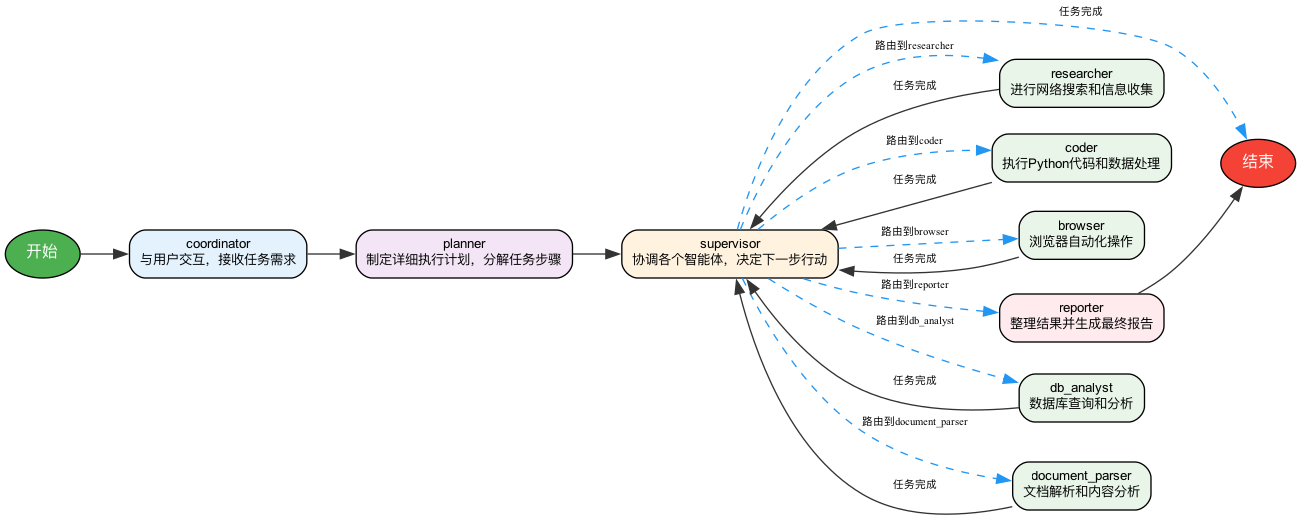
LestreZhao/agent-service keeps this Mermaid diagram as docs/diagrams/fusionai_workflow.png. Above is the earlier version. Its source is kept beside it as docs/diagrams/fusionai_workflow.mmd.
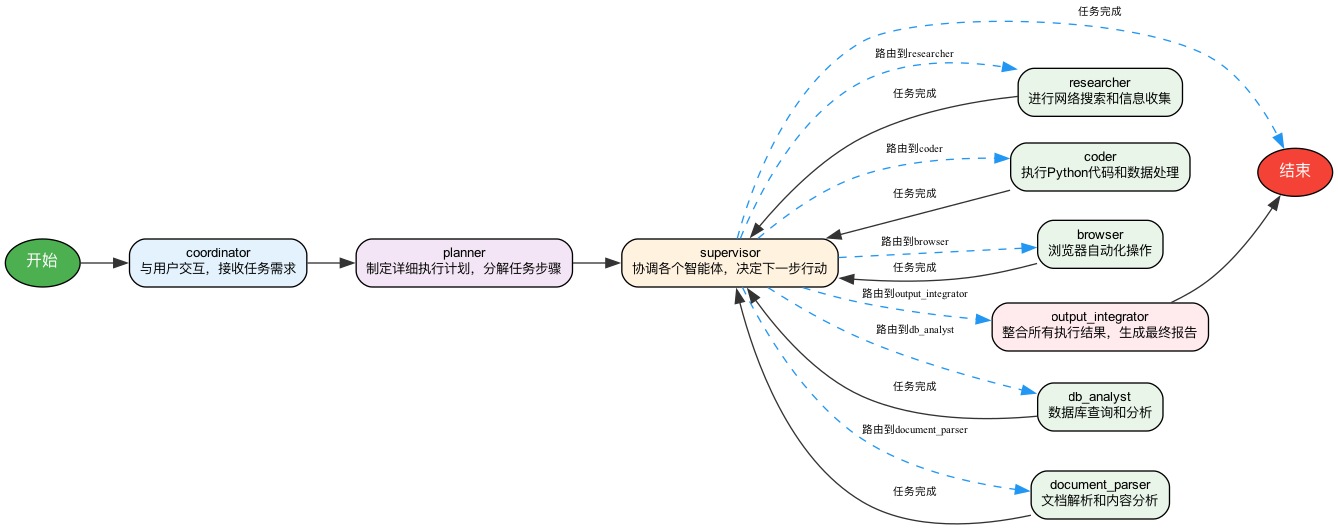
After the change.

What changed in the source:
```diff
@@ -5,7 +5,7 @@
     researcher["researcher<br/>进行网络搜索和信息收集"]
     coder["coder<br/>执行Python代码和数据处理"]
     browser["browser<br/>浏览器自动化操作"]
-    reporter["reporter<br/>整理结果并生成最终报告"]
+    output_integrator["output_integrator<br/>整合所有执行结果，生成最终报告"]
     db_analyst["db_analyst<br/>数据库查询和分析"]
     document_parser["document_parser<br/>文档解析和内容分析"]
     start([开始])
@@ -17,7 +17,7 @@
     supervisor -->|路由到researcher| researcher
     supervisor -->|路由到coder| coder
     supervisor -->|路由到browser| browser
-    supervisor -->|路由到reporter| reporter
+    supervisor -->|路由到output_integrator| output_integrator
     supervisor -->|路由到db_analyst| db_analyst
     supervisor -->|路由到document_parser| document_parser
     researcher --> supervisor
@@ -25,7 +25,7 @@
     browser --> supervisor
     db_analyst --> supervisor
     document_parser --> supervisor
-    reporter --> end
+    output_integrator --> end
     supervisor -->|任务完成| end
 
     classDef startEnd fill:#4CAF50,stroke:#333,stroke-width:2px,color:#fff
@@ -33,11 +33,11 @@
     classDef planner fill:#F3E5F5,stroke:#333,stroke-width:2px
     classDef supervisor fill:#FFF3E0,stroke:#333,stroke-width:2px
     classDef executor fill:#E8F5E8,stroke:#333,stroke-width:2px
-    classDef reporter fill:#FFEBEE,stroke:#333,stroke-width:2px
+    classDef integrator fill:#FFEBEE,stroke:#333,stroke-width:2px
 
     class start,end startEnd
     class coordinator coordinator
     class planner planner
     class supervisor supervisor
     class researcher,coder,browser,db_analyst,document_parser executor
-    class reporter reporter
+    class output_integrator integrator
```
